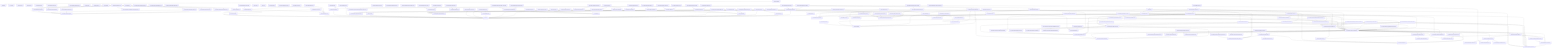
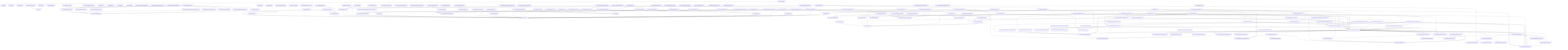
graph TD
  package__ankhorage_studio["@ankhorage/studio"]
  entrypoint_src_index_ts["src/index.ts"]
  package__ankhorage_studio --> entrypoint_src_index_ts
  module_knip_config_ts["knip.config.ts"]
  package__ankhorage_studio -.-> module_knip_config_ts
  module_paradox_config_ts["paradox.config.ts"]
  package__ankhorage_studio -.-> module_paradox_config_ts
+   module_src_ankhAdmin_public_test_ts["src/ankhAdmin.public.test.ts"]
+   package__ankhorage_studio -.-> module_src_ankhAdmin_public_test_ts
+   module_src_ankhAdmin_public_test_ts --> module_src_root_ts
  module_src_app_index_ts["src/app/index.ts"]
  package__ankhorage_studio -.-> module_src_app_index_ts
  module_src_app_StudioApp_tsx["src/app/StudioApp.tsx"]
  package__ankhorage_studio -.-> module_src_app_StudioApp_tsx
  module_src_app_StudioDashboard_tsx["src/app/StudioDashboard.tsx"]
  package__ankhorage_studio -.-> module_src_app_StudioDashboard_tsx
  module_src_app_StudioDashboard_tsx --> module_src_hooks_useProjects_ts
  module_src_app_StudioDashboard_tsx --> module_src_hooks_useTemplateSummaries_ts
  module_src_app_StudioDashboard_tsx --> module_src_modules_dashboard_platform_ts
  module_src_app_StudioDashboard_tsx --> module_src_modules_dashboard_search_ts
  module_src_app_StudioDashboard_tsx --> module_src_modules_dashboard_templates_ts
  module_src_app_StudioDashboard_tsx --> module_src_modules_dashboard_types_ts
  module_src_app_StudioDashboard_tsx --> module_src_modules_dashboard_ui_DashboardSectionHeader_tsx
  module_src_app_StudioDashboard_tsx --> module_src_modules_dashboard_ui_ProjectCard_tsx
  module_src_app_StudioDashboard_tsx --> module_src_modules_dashboard_ui_TemplateCard_tsx
  module_src_authFlowContract_test_ts["src/authFlowContract.test.ts"]
  package__ankhorage_studio -.-> module_src_authFlowContract_test_ts
  module_src_authSettings_test_ts["src/authSettings.test.ts"]
  package__ankhorage_studio -.-> module_src_authSettings_test_ts
  module_src_authSettings_test_ts --> module_src_authSettings_ts
  module_src_authSettings_ts["src/authSettings.ts"]
  package__ankhorage_studio -.-> module_src_authSettings_ts
  module_src_canvasDragModel_public_test_ts["src/canvasDragModel.public.test.ts"]
  package__ankhorage_studio -.-> module_src_canvasDragModel_public_test_ts
  module_src_canvasDragModel_public_test_ts --> module_src_canvasDragModel_ts
  module_src_canvasDragModel_public_test_ts --> module_src_canvasDropZones_ts
  module_src_canvasDragModel_test_ts["src/canvasDragModel.test.ts"]
  package__ankhorage_studio -.-> module_src_canvasDragModel_test_ts
  module_src_canvasDragModel_test_ts --> module_src_canvasDragModel_ts
  module_src_canvasDragModel_test_ts --> module_src_canvasDropZones_ts
  module_src_canvasDragModel_ts["src/canvasDragModel.ts"]
  package__ankhorage_studio -.-> module_src_canvasDragModel_ts
  module_src_canvasDragModel_ts --> module_src_canvasDropZones_ts
  module_src_canvasDragModel_ts --> module_src_index_ts
  module_src_canvasDropZones_test_ts["src/canvasDropZones.test.ts"]
  package__ankhorage_studio -.-> module_src_canvasDropZones_test_ts
  module_src_canvasDropZones_test_ts --> module_src_canvasDropZones_ts
  module_src_canvasDropZones_test_ts --> module_src_index_ts
  module_src_canvasDropZones_ts["src/canvasDropZones.ts"]
  package__ankhorage_studio -.-> module_src_canvasDropZones_ts
  module_src_canvasDropZones_ts --> module_src_index_ts
  module_src_cli_index_ts["src/cli/index.ts"]
  package__ankhorage_studio -.-> module_src_cli_index_ts
  module_src_cli_index_ts --> module_src_host_createStudioHost_ts
  module_src_cli_index_ts --> module_src_host_http_server_ts
  module_src_cli_index_ts --> module_src_host_templateRegistry_index_ts
  module_src_cli_index_ts --> module_src_host_utils_workspaceRoot_ts
  module_src_core_constants_ts["src/core/constants.ts"]
  package__ankhorage_studio -.-> module_src_core_constants_ts
  module_src_core_StudioContext_ts["src/core/StudioContext.ts"]
  package__ankhorage_studio -.-> module_src_core_StudioContext_ts
  module_src_core_StudioContext_ts --> module_src_index_ts
  module_src_core_studioPackageBoundary_ts["src/core/studioPackageBoundary.ts"]
  package__ankhorage_studio -.-> module_src_core_studioPackageBoundary_ts
  module_src_core_StudioProvider_ts["src/core/StudioProvider.ts"]
  package__ankhorage_studio -.-> module_src_core_StudioProvider_ts
  module_src_core_StudioProvider_ts --> module_src_core_StudioContext_ts
  module_src_core_StudioProvider_ts --> module_src_index_ts
  module_src_dnd_index_ts["src/dnd/index.ts"]
  package__ankhorage_studio -.-> module_src_dnd_index_ts
  module_src_dnd_primitives_ts["src/dnd/primitives.ts"]
  package__ankhorage_studio -.-> module_src_dnd_primitives_ts
  module_src_dnd_state_ts["src/dnd/state.ts"]
  package__ankhorage_studio -.-> module_src_dnd_state_ts
  module_src_hooks_useProjects_ts["src/hooks/useProjects.ts"]
  package__ankhorage_studio -.-> module_src_hooks_useProjects_ts
  module_src_hooks_useProjects_ts --> module_src_core_constants_ts
  module_src_hooks_useTemplateSummaries_ts["src/hooks/useTemplateSummaries.ts"]
  package__ankhorage_studio -.-> module_src_hooks_useTemplateSummaries_ts
  module_src_hooks_useTemplateSummaries_ts --> module_src_core_constants_ts
  module_src_hooks_useTemplateSummaries_ts --> module_src_modules_dashboard_types_ts
  module_src_host_auth_projectAuthHealthService_ts["src/host/auth/projectAuthHealthService.ts"]
  package__ankhorage_studio -.-> module_src_host_auth_projectAuthHealthService_ts
  module_src_host_auth_projectAuthHealthService_ts --> module_src_host_orchestrator_projectManager_ts
  module_src_host_auth_projectAuthHealthService_ts --> module_src_host_secrets_projectSecretService_ts
  module_src_host_auth_projectAuthHealthService_ts --> module_src_projectAuthHealth_ts
  module_src_host_auth_projectAuthService_test_ts["src/host/auth/projectAuthService.test.ts"]
  package__ankhorage_studio -.-> module_src_host_auth_projectAuthService_test_ts
  module_src_host_auth_projectAuthService_test_ts --> module_src_host_auth_projectAuthService_ts
  module_src_host_auth_projectAuthService_ts["src/host/auth/projectAuthService.ts"]
  package__ankhorage_studio -.-> module_src_host_auth_projectAuthService_ts
  module_src_host_auth_projectAuthService_ts --> module_src_authSettings_ts
  module_src_host_auth_projectAuthService_ts --> module_src_host_orchestrator_projectManager_ts
  module_src_host_createStudioHost_ts["src/host/createStudioHost.ts"]
  package__ankhorage_studio -.-> module_src_host_createStudioHost_ts
  module_src_host_createStudioHost_ts --> module_src_host_orchestrator_infraRuntime_ts
  module_src_host_createStudioHost_ts --> module_src_host_orchestrator_moduleManager_ts
  module_src_host_createStudioHost_ts --> module_src_host_orchestrator_projectManager_ts
  module_src_host_generatedAuthAdapterRuntime_smoke_test_ts["src/host/generatedAuthAdapterRuntime.smoke.test.ts"]
  package__ankhorage_studio -.-> module_src_host_generatedAuthAdapterRuntime_smoke_test_ts
  module_src_host_generatedAuthAdapterRuntime_smoke_test_ts --> module_src_host_orchestrator_moduleManager_ts
  module_src_host_generatedAuthAdapterRuntime_smoke_test_ts --> module_src_host_orchestrator_projectManager_ts
  module_src_host_generatedAuthAdapterRuntime_smoke_test_ts --> module_src_host_templateRegistry_index_ts
  module_src_host_hostLifecycle_smoke_test_ts["src/host/hostLifecycle.smoke.test.ts"]
  package__ankhorage_studio -.-> module_src_host_hostLifecycle_smoke_test_ts
  module_src_host_hostLifecycle_smoke_test_ts --> module_src_host_orchestrator_moduleManager_ts
  module_src_host_hostLifecycle_smoke_test_ts --> module_src_host_orchestrator_projectManager_ts
  module_src_host_hostLifecycle_smoke_test_ts --> module_src_host_templateRegistry_index_ts
  module_src_host_hostOwnership_test_ts["src/host/hostOwnership.test.ts"]
  package__ankhorage_studio -.-> module_src_host_hostOwnership_test_ts
  module_src_host_hostOwnership_test_ts --> module_src_host_http_security_ts
  module_src_host_hostOwnership_test_ts --> module_src_host_orchestrator_projectPaths_ts
  module_src_host_hostOwnership_test_ts --> module_src_host_utils_workspaceRoot_ts
  module_src_host_http_authRoutes_ts["src/host/http/authRoutes.ts"]
  package__ankhorage_studio -.-> module_src_host_http_authRoutes_ts
  module_src_host_http_authRoutes_ts --> module_src_host_auth_projectAuthHealthService_ts
  module_src_host_http_authRoutes_ts --> module_src_host_auth_projectAuthService_ts
  module_src_host_http_authRoutes_ts --> module_src_host_orchestrator_projectManager_ts
  module_src_host_http_authRoutes_ts --> module_src_host_secrets_projectSecretService_ts
  module_src_host_http_secretRoutes_ts["src/host/http/secretRoutes.ts"]
  package__ankhorage_studio -.-> module_src_host_http_secretRoutes_ts
  module_src_host_http_secretRoutes_ts --> module_src_host_orchestrator_projectManager_ts
  module_src_host_http_secretRoutes_ts --> module_src_host_secrets_projectSecretService_ts
  module_src_host_http_security_ts["src/host/http/security.ts"]
  package__ankhorage_studio -.-> module_src_host_http_security_ts
  module_src_host_http_server_ts["src/host/http/server.ts"]
  package__ankhorage_studio -.-> module_src_host_http_server_ts
  module_src_host_http_server_ts --> module_src_host_http_security_ts
  module_src_host_http_server_ts --> module_src_host_orchestrator_infraRuntime_ts
  module_src_host_http_server_ts --> module_src_host_orchestrator_moduleManager_ts
  module_src_host_http_server_ts --> module_src_host_orchestrator_projectManager_ts
  module_src_host_http_server_ts --> module_src_host_orchestrator_resolveMutations_ts
  module_src_host_http_server_ts --> module_src_host_orchestrator_studioInfraUp_ts
  module_src_host_http_server_ts --> module_src_host_templateRegistry_index_ts
  module_src_host_http_server_ts --> module_src_host_utils_trimOutput_ts
  module_src_host_http_server_ts --> module_src_host_utils_workspaceRoot_ts
  module_src_host_http_serverWithSecrets_ts["src/host/http/serverWithSecrets.ts"]
  package__ankhorage_studio -.-> module_src_host_http_serverWithSecrets_ts
  module_src_host_http_serverWithSecrets_ts --> module_src_host_http_authRoutes_ts
  module_src_host_http_serverWithSecrets_ts --> module_src_host_http_secretRoutes_ts
  module_src_host_http_serverWithSecrets_ts --> module_src_host_http_server_ts
  module_src_host_http_serverWithSecrets_ts --> module_src_host_orchestrator_moduleManager_ts
  module_src_host_http_serverWithSecrets_ts --> module_src_host_orchestrator_projectManager_ts
  module_src_host_http_serverWithSecrets_ts --> module_src_host_utils_workspaceRoot_ts
  module_src_host_http_standalone_ts["src/host/http/standalone.ts"]
  package__ankhorage_studio -.-> module_src_host_http_standalone_ts
  module_src_host_http_standalone_ts --> module_src_host_http_serverWithSecrets_ts
  module_src_host_index_ts["src/host/index.ts"]
  package__ankhorage_studio -.-> module_src_host_index_ts
  module_src_host_layout_auth_resolveAuthLayoutPlan_test_ts["src/host/layout/auth/resolveAuthLayoutPlan.test.ts"]
  package__ankhorage_studio -.-> module_src_host_layout_auth_resolveAuthLayoutPlan_test_ts
  module_src_host_layout_auth_resolveAuthLayoutPlan_test_ts --> module_src_host_layout_auth_resolveAuthLayoutPlan_ts
  module_src_host_layout_auth_resolveAuthLayoutPlan_ts["src/host/layout/auth/resolveAuthLayoutPlan.ts"]
  package__ankhorage_studio -.-> module_src_host_layout_auth_resolveAuthLayoutPlan_ts
  module_src_host_layout_layoutGenerator_test_ts["src/host/layout/layoutGenerator.test.ts"]
  package__ankhorage_studio -.-> module_src_host_layout_layoutGenerator_test_ts
  module_src_host_layout_layoutGenerator_test_ts --> module_src_host_layout_layoutGenerator_ts
  module_src_host_layout_layoutGenerator_ts["src/host/layout/layoutGenerator.ts"]
  package__ankhorage_studio -.-> module_src_host_layout_layoutGenerator_ts
  module_src_host_layout_layoutGenerator_ts --> module_src_host_layout_auth_resolveAuthLayoutPlan_ts
  module_src_host_layout_layoutGenerator_ts --> module_src_host_layout_templates_index_ts
  module_src_host_layout_layoutGenerator_ts --> module_src_host_modules_layout_ts
  module_src_host_layout_templates_auth_adapter_ts["src/host/layout/templates/auth/adapter.ts"]
  package__ankhorage_studio -.-> module_src_host_layout_templates_auth_adapter_ts
  module_src_host_layout_templates_auth_callback_ts["src/host/layout/templates/auth/callback.ts"]
  package__ankhorage_studio -.-> module_src_host_layout_templates_auth_callback_ts
  module_src_host_layout_templates_auth_callback_ts --> module_src_host_layout_templates_utils_routes_ts
  module_src_host_layout_templates_auth_callback_ts --> module_src_host_layout_utils_escapeStringLiteral_ts
  module_src_host_layout_templates_auth_oauth_ts["src/host/layout/templates/auth/oauth.ts"]
  package__ankhorage_studio -.-> module_src_host_layout_templates_auth_oauth_ts
  module_src_host_layout_templates_auth_oauth_ts --> module_src_host_layout_auth_resolveAuthLayoutPlan_ts
  module_src_host_layout_templates_auth_oauth_ts --> module_src_host_layout_utils_escapeStringLiteral_ts
  module_src_host_layout_templates_auth_screen_ts["src/host/layout/templates/auth/screen.ts"]
  package__ankhorage_studio -.-> module_src_host_layout_templates_auth_screen_ts
  module_src_host_layout_templates_auth_screen_ts --> module_src_host_layout_auth_resolveAuthLayoutPlan_ts
  module_src_host_layout_templates_auth_screen_ts --> module_src_host_layout_templates_utils_routes_ts
  module_src_host_layout_templates_auth_screen_ts --> module_src_host_layout_templates_utils_strings_ts
  module_src_host_layout_templates_auth_screen_ts --> module_src_host_layout_utils_escapeStringLiteral_ts
  module_src_host_layout_templates_auth_session_ts["src/host/layout/templates/auth/session.ts"]
  package__ankhorage_studio -.-> module_src_host_layout_templates_auth_session_ts
  module_src_host_layout_templates_auth_signOut_ts["src/host/layout/templates/auth/signOut.ts"]
  package__ankhorage_studio -.-> module_src_host_layout_templates_auth_signOut_ts
  module_src_host_layout_templates_index_ts["src/host/layout/templates/index.ts"]
  package__ankhorage_studio -.-> module_src_host_layout_templates_index_ts
  module_src_host_layout_templates_navigation_ts["src/host/layout/templates/navigation.ts"]
  package__ankhorage_studio -.-> module_src_host_layout_templates_navigation_ts
  module_src_host_layout_templates_navigation_ts --> module_src_host_layout_utils_escapeStringLiteral_ts
  module_src_host_layout_templates_nestedLayout_ts["src/host/layout/templates/nestedLayout.ts"]
  package__ankhorage_studio -.-> module_src_host_layout_templates_nestedLayout_ts
  module_src_host_layout_templates_nestedLayout_ts --> module_src_host_layout_templates_navigation_ts
  module_src_host_layout_templates_nestedLayout_ts --> module_src_host_layout_templates_utils_strings_ts
  module_src_host_layout_templates_redirect_ts["src/host/layout/templates/redirect.ts"]
  package__ankhorage_studio -.-> module_src_host_layout_templates_redirect_ts
  module_src_host_layout_templates_redirect_ts --> module_src_host_layout_utils_escapeStringLiteral_ts
  module_src_host_layout_templates_rootLayout_test_ts["src/host/layout/templates/rootLayout.test.ts"]
  package__ankhorage_studio -.-> module_src_host_layout_templates_rootLayout_test_ts
  module_src_host_layout_templates_rootLayout_test_ts --> module_src_host_layout_templates_rootLayout_ts
  module_src_host_layout_templates_rootLayout_ts["src/host/layout/templates/rootLayout.ts"]
  package__ankhorage_studio -.-> module_src_host_layout_templates_rootLayout_ts
  module_src_host_layout_templates_rootLayout_ts --> module_src_host_layout_templates_navigation_ts
  module_src_host_layout_templates_rootLayout_ts --> module_src_host_layout_templates_utils_routes_ts
  module_src_host_layout_templates_rootLayout_ts --> module_src_host_layout_utils_escapeStringLiteral_ts
  module_src_host_layout_templates_rootLayout_ts --> module_src_host_modules_layout_ts
  module_src_host_layout_templates_screen_ts["src/host/layout/templates/screen.ts"]
  package__ankhorage_studio -.-> module_src_host_layout_templates_screen_ts
  module_src_host_layout_templates_screen_ts --> module_src_host_layout_templates_utils_strings_ts
  module_src_host_layout_templates_screen_ts --> module_src_host_layout_utils_escapeStringLiteral_ts
  module_src_host_layout_templates_utils_routes_ts["src/host/layout/templates/utils/routes.ts"]
  package__ankhorage_studio -.-> module_src_host_layout_templates_utils_routes_ts
  module_src_host_layout_templates_utils_strings_ts["src/host/layout/templates/utils/strings.ts"]
  package__ankhorage_studio -.-> module_src_host_layout_templates_utils_strings_ts
  module_src_host_layout_utils_escapeStringLiteral_ts["src/host/layout/utils/escapeStringLiteral.ts"]
  package__ankhorage_studio -.-> module_src_host_layout_utils_escapeStringLiteral_ts
  module_src_host_manifestSystem_auth_index_ts["src/host/manifestSystem/auth/index.ts"]
  package__ankhorage_studio -.-> module_src_host_manifestSystem_auth_index_ts
  module_src_host_manifestSystem_auth_shared_global_auth_system_tpl_ts["src/host/manifestSystem/auth/shared/global.auth.system.tpl.ts"]
  package__ankhorage_studio -.-> module_src_host_manifestSystem_auth_shared_global_auth_system_tpl_ts
  module_src_host_manifestSystem_auth_shared_index_ts["src/host/manifestSystem/auth/shared/index.ts"]
  package__ankhorage_studio -.-> module_src_host_manifestSystem_auth_shared_index_ts
  module_src_host_manifestSystem_auth_shared_index_ts --> module_src_host_manifestSystem_auth_shared_global_auth_system_tpl_ts
  module_src_host_manifestSystem_auth_shared_index_ts --> module_src_host_manifestSystem_types_ts
  module_src_host_manifestSystem_index_ts["src/host/manifestSystem/index.ts"]
  package__ankhorage_studio -.-> module_src_host_manifestSystem_index_ts
  module_src_host_manifestSystem_index_ts --> module_src_host_manifestSystem_auth_index_ts
  module_src_host_manifestSystem_index_ts --> module_src_host_manifestSystem_types_ts
  module_src_host_manifestSystem_index_ts --> module_src_host_utils_requirementsInference_ts
  module_src_host_manifestSystem_types_ts["src/host/manifestSystem/types.ts"]
  package__ankhorage_studio -.-> module_src_host_manifestSystem_types_ts
  module_src_host_modules_catalog_ts["src/host/modules/catalog.ts"]
  package__ankhorage_studio -.-> module_src_host_modules_catalog_ts
  module_src_host_modules_catalog_ts --> module_src_host_modules_layout_ts
  module_src_host_modules_layout_ts["src/host/modules/layout.ts"]
  package__ankhorage_studio -.-> module_src_host_modules_layout_ts
  module_src_host_modules_runtime_LocalFsTargetAdapter_ts["src/host/modules/runtime/LocalFsTargetAdapter.ts"]
  package__ankhorage_studio -.-> module_src_host_modules_runtime_LocalFsTargetAdapter_ts
  module_src_host_oauthFixtureConsumer_smoke_test_ts["src/host/oauthFixtureConsumer.smoke.test.ts"]
  package__ankhorage_studio -.-> module_src_host_oauthFixtureConsumer_smoke_test_ts
  module_src_host_oauthFixtureConsumer_smoke_test_ts --> module_src_host_orchestrator_moduleManager_ts
  module_src_host_oauthFixtureConsumer_smoke_test_ts --> module_src_host_orchestrator_projectManager_ts
  module_src_host_oauthFixtureConsumer_smoke_test_ts --> module_src_host_templateRegistry_index_ts
  module_src_host_orchestrator_generatedAppFiles_ts["src/host/orchestrator/generatedAppFiles.ts"]
  package__ankhorage_studio -.-> module_src_host_orchestrator_generatedAppFiles_ts
  module_src_host_orchestrator_generatedAppFiles_ts --> module_src_host_zoraExtensions_index_ts
  module_src_host_orchestrator_generatedRouteCleanup_ts["src/host/orchestrator/generatedRouteCleanup.ts"]
  package__ankhorage_studio -.-> module_src_host_orchestrator_generatedRouteCleanup_ts
  module_src_host_orchestrator_infraGenerator_ts["src/host/orchestrator/infraGenerator.ts"]
  package__ankhorage_studio -.-> module_src_host_orchestrator_infraGenerator_ts
  module_src_host_orchestrator_infraGenerator_ts --> module_src_host_orchestrator_infraValidation_ts
  module_src_host_orchestrator_infraRuntime_test_ts["src/host/orchestrator/infraRuntime.test.ts"]
  package__ankhorage_studio -.-> module_src_host_orchestrator_infraRuntime_test_ts
  module_src_host_orchestrator_infraRuntime_test_ts --> module_src_host_orchestrator_infraRuntime_ts
  module_src_host_orchestrator_infraRuntime_ts["src/host/orchestrator/infraRuntime.ts"]
  package__ankhorage_studio -.-> module_src_host_orchestrator_infraRuntime_ts
  module_src_host_orchestrator_infraRuntime_ts --> module_src_host_orchestrator_projectPaths_ts
  module_src_host_orchestrator_infraValidation_ts["src/host/orchestrator/infraValidation.ts"]
  package__ankhorage_studio -.-> module_src_host_orchestrator_infraValidation_ts
  module_src_host_orchestrator_moduleManager_ts["src/host/orchestrator/moduleManager.ts"]
  package__ankhorage_studio -.-> module_src_host_orchestrator_moduleManager_ts
  module_src_host_orchestrator_moduleManager_ts --> module_src_host_modules_catalog_ts
  module_src_host_orchestrator_moduleManager_ts --> module_src_host_modules_runtime_LocalFsTargetAdapter_ts
  module_src_host_orchestrator_moduleManager_ts --> module_src_host_orchestrator_projectManager_ts
  module_src_host_orchestrator_moduleManager_ts --> module_src_host_orchestrator_resolveMutations_ts
  module_src_host_orchestrator_projectDeletion_test_ts["src/host/orchestrator/projectDeletion.test.ts"]
  package__ankhorage_studio -.-> module_src_host_orchestrator_projectDeletion_test_ts
  module_src_host_orchestrator_projectDeletion_test_ts --> module_src_host_orchestrator_projectDeletion_ts
  module_src_host_orchestrator_projectDeletion_ts["src/host/orchestrator/projectDeletion.ts"]
  package__ankhorage_studio -.-> module_src_host_orchestrator_projectDeletion_ts
  module_src_host_orchestrator_projectManager_ts["src/host/orchestrator/projectManager.ts"]
  package__ankhorage_studio -.-> module_src_host_orchestrator_projectManager_ts
  module_src_host_orchestrator_projectManager_ts --> module_src_host_layout_layoutGenerator_ts
  module_src_host_orchestrator_projectManager_ts --> module_src_host_manifestSystem_index_ts
  module_src_host_orchestrator_projectManager_ts --> module_src_host_modules_layout_ts
  module_src_host_orchestrator_projectManager_ts --> module_src_host_orchestrator_generatedRouteCleanup_ts
  module_src_host_orchestrator_projectManager_ts --> module_src_host_orchestrator_infraGenerator_ts
  module_src_host_orchestrator_projectManager_ts --> module_src_host_orchestrator_infraRuntime_ts
  module_src_host_orchestrator_projectManager_ts --> module_src_host_orchestrator_projectDeletion_ts
  module_src_host_orchestrator_projectManager_ts --> module_src_host_orchestrator_projectPaths_ts
  module_src_host_orchestrator_projectManager_ts --> module_src_host_orchestrator_projectStore_ts
  module_src_host_orchestrator_projectManager_ts --> module_src_host_orchestrator_resolveMutations_ts
  module_src_host_orchestrator_projectManager_ts --> module_src_host_orchestrator_scaffolder_ts
  module_src_host_orchestrator_projectManager_ts --> module_src_host_orchestrator_templates_ts
  module_src_host_orchestrator_projectManager_ts --> module_src_host_orchestrator_workspaceRuntime_ts
  module_src_host_orchestrator_projectManager_ts --> module_src_host_templateRegistry_index_ts
  module_src_host_orchestrator_projectManager_ts --> module_src_host_zoraExtensions_index_ts
  module_src_host_orchestrator_projectManagerDeletion_test_ts["src/host/orchestrator/projectManagerDeletion.test.ts"]
  package__ankhorage_studio -.-> module_src_host_orchestrator_projectManagerDeletion_test_ts
  module_src_host_orchestrator_projectManagerDeletion_test_ts --> module_src_host_orchestrator_projectManager_ts
  module_src_host_orchestrator_projectPaths_ts["src/host/orchestrator/projectPaths.ts"]
  package__ankhorage_studio -.-> module_src_host_orchestrator_projectPaths_ts
  module_src_host_orchestrator_projectStore_ts["src/host/orchestrator/projectStore.ts"]
  package__ankhorage_studio -.-> module_src_host_orchestrator_projectStore_ts
  module_src_host_orchestrator_projectStore_ts --> module_src_host_orchestrator_projectPaths_ts
  module_src_host_orchestrator_resolveMutations_ts["src/host/orchestrator/resolveMutations.ts"]
  package__ankhorage_studio -.-> module_src_host_orchestrator_resolveMutations_ts
  module_src_host_orchestrator_resolveMutations_ts --> module_src_host_modules_catalog_ts
  module_src_host_orchestrator_resolveMutations_ts --> module_src_host_modules_layout_ts
  module_src_host_orchestrator_scaffolder_ts["src/host/orchestrator/scaffolder.ts"]
  package__ankhorage_studio -.-> module_src_host_orchestrator_scaffolder_ts
  module_src_host_orchestrator_scaffolder_ts --> module_src_host_manifestSystem_index_ts
  module_src_host_orchestrator_scaffolder_ts --> module_src_host_orchestrator_generatedAppFiles_ts
  module_src_host_orchestrator_scaffolder_ts --> module_src_host_orchestrator_templates_ts
  module_src_host_orchestrator_scaffolder_ts --> module_src_host_templateRegistry_index_ts
  module_src_host_orchestrator_scaffolder_ts --> module_src_host_zoraExtensions_index_ts
  module_src_host_orchestrator_studioInfraUp_ts["src/host/orchestrator/studioInfraUp.ts"]
  package__ankhorage_studio -.-> module_src_host_orchestrator_studioInfraUp_ts
  module_src_host_orchestrator_studioInfraUp_ts --> module_src_host_orchestrator_infraRuntime_ts
  module_src_host_orchestrator_studioInfraUp_ts --> module_src_host_orchestrator_projectManager_ts
  module_src_host_orchestrator_studioInfraUp_ts --> module_src_host_secrets_trustedOAuthInfraEnvironment_ts
  module_src_host_orchestrator_templates_test_ts["src/host/orchestrator/templates.test.ts"]
  package__ankhorage_studio -.-> module_src_host_orchestrator_templates_test_ts
  module_src_host_orchestrator_templates_test_ts --> module_src_host_orchestrator_templates_ts
  module_src_host_orchestrator_templates_ts["src/host/orchestrator/templates.ts"]
  package__ankhorage_studio -.-> module_src_host_orchestrator_templates_ts
  module_src_host_orchestrator_workspaceRuntime_ts["src/host/orchestrator/workspaceRuntime.ts"]
  package__ankhorage_studio -.-> module_src_host_orchestrator_workspaceRuntime_ts
  module_src_host_secrets_bunSupabaseVaultClient_ts["src/host/secrets/bunSupabaseVaultClient.ts"]
  package__ankhorage_studio -.-> module_src_host_secrets_bunSupabaseVaultClient_ts
  module_src_host_secrets_projectSecretService_test_ts["src/host/secrets/projectSecretService.test.ts"]
  package__ankhorage_studio -.-> module_src_host_secrets_projectSecretService_test_ts
  module_src_host_secrets_projectSecretService_test_ts --> module_src_host_secrets_projectSecretService_ts
  module_src_host_secrets_projectSecretService_ts["src/host/secrets/projectSecretService.ts"]
  package__ankhorage_studio -.-> module_src_host_secrets_projectSecretService_ts
  module_src_host_secrets_projectSecretService_ts --> module_src_host_orchestrator_projectManager_ts
  module_src_host_secrets_projectSecretService_ts --> module_src_host_orchestrator_projectPaths_ts
  module_src_host_secrets_projectSecretService_ts --> module_src_host_secrets_bunSupabaseVaultClient_ts
  module_src_host_secrets_projectSecretService_ts --> module_src_host_secrets_resolveProjectSecretDatabaseUrl_ts
  module_src_host_secrets_projectSecretService_ts --> module_src_projectSecretUsage_ts
  module_src_host_secrets_resolveProjectSecretDatabaseUrl_test_ts["src/host/secrets/resolveProjectSecretDatabaseUrl.test.ts"]
  package__ankhorage_studio -.-> module_src_host_secrets_resolveProjectSecretDatabaseUrl_test_ts
  module_src_host_secrets_resolveProjectSecretDatabaseUrl_test_ts --> module_src_host_secrets_resolveProjectSecretDatabaseUrl_ts
  module_src_host_secrets_resolveProjectSecretDatabaseUrl_ts["src/host/secrets/resolveProjectSecretDatabaseUrl.ts"]
  package__ankhorage_studio -.-> module_src_host_secrets_resolveProjectSecretDatabaseUrl_ts
  module_src_host_secrets_trustedOAuthInfraEnvironment_test_ts["src/host/secrets/trustedOAuthInfraEnvironment.test.ts"]
  package__ankhorage_studio -.-> module_src_host_secrets_trustedOAuthInfraEnvironment_test_ts
  module_src_host_secrets_trustedOAuthInfraEnvironment_test_ts --> module_src_host_secrets_trustedOAuthInfraEnvironment_ts
  module_src_host_secrets_trustedOAuthInfraEnvironment_ts["src/host/secrets/trustedOAuthInfraEnvironment.ts"]
  package__ankhorage_studio -.-> module_src_host_secrets_trustedOAuthInfraEnvironment_ts
  module_src_host_secrets_trustedOAuthInfraEnvironment_ts --> module_src_host_orchestrator_projectManager_ts
  module_src_host_secrets_trustedOAuthInfraEnvironment_ts --> module_src_host_secrets_projectSecretService_ts
  module_src_host_studioInfra_e2e_test_ts["src/host/studioInfra.e2e.test.ts"]
  package__ankhorage_studio -.-> module_src_host_studioInfra_e2e_test_ts
  module_src_host_studioInfra_e2e_test_ts --> module_src_host_orchestrator_infraRuntime_ts
  module_src_host_studioInfra_e2e_test_ts --> module_src_host_orchestrator_projectManager_ts
  module_src_host_studioInfra_e2e_test_ts --> module_src_host_orchestrator_studioInfraUp_ts
  module_src_host_studioInfra_e2e_test_ts --> module_src_host_secrets_trustedOAuthInfraEnvironment_ts
  module_src_host_templateRegistry_index_ts["src/host/templateRegistry/index.ts"]
  package__ankhorage_studio -.-> module_src_host_templateRegistry_index_ts
  module_src_host_utils_requirementsInference_ts["src/host/utils/requirementsInference.ts"]
  package__ankhorage_studio -.-> module_src_host_utils_requirementsInference_ts
  module_src_host_utils_trimOutput_ts["src/host/utils/trimOutput.ts"]
  package__ankhorage_studio -.-> module_src_host_utils_trimOutput_ts
  module_src_host_utils_workspaceRoot_ts["src/host/utils/workspaceRoot.ts"]
  package__ankhorage_studio -.-> module_src_host_utils_workspaceRoot_ts
  module_src_host_zoraExtensions_index_ts["src/host/zoraExtensions/index.ts"]
  package__ankhorage_studio -.-> module_src_host_zoraExtensions_index_ts
  module_src_host_zoraExtensions_index_ts --> module_src_host_templateRegistry_index_ts
  module_src_index_test_ts["src/index.test.ts"]
  package__ankhorage_studio -.-> module_src_index_test_ts
  module_src_index_test_ts --> module_src_index_ts
  module_src_index_ts["src/index.ts"]
  module_src_insertModalModel_public_test_ts["src/insertModalModel.public.test.ts"]
  package__ankhorage_studio -.-> module_src_insertModalModel_public_test_ts
  module_src_insertModalModel_public_test_ts --> module_src_index_ts
  module_src_insertModalModel_public_test_ts --> module_src_insertModalModel_ts
  module_src_insertModalModel_test_ts["src/insertModalModel.test.ts"]
  package__ankhorage_studio -.-> module_src_insertModalModel_test_ts
  module_src_insertModalModel_test_ts --> module_src_index_ts
  module_src_insertModalModel_test_ts --> module_src_insertModalModel_ts
  module_src_insertModalModel_ts["src/insertModalModel.ts"]
  package__ankhorage_studio -.-> module_src_insertModalModel_ts
  module_src_insertModalModel_ts --> module_src_index_ts
  module_src_localizationConfig_public_test_ts["src/localizationConfig.public.test.ts"]
  package__ankhorage_studio -.-> module_src_localizationConfig_public_test_ts
  module_src_localizationConfig_public_test_ts --> module_src_localizationConfig_ts
  module_src_localizationConfig_test_ts["src/localizationConfig.test.ts"]
  package__ankhorage_studio -.-> module_src_localizationConfig_test_ts
  module_src_localizationConfig_test_ts --> module_src_localizationConfig_ts
  module_src_localizationConfig_ts["src/localizationConfig.ts"]
  package__ankhorage_studio -.-> module_src_localizationConfig_ts
  module_src_localizationPanelModel_test_ts["src/localizationPanelModel.test.ts"]
  package__ankhorage_studio -.-> module_src_localizationPanelModel_test_ts
  module_src_localizationPanelModel_test_ts --> module_src_localizationPanelModel_ts
  module_src_localizationPanelModel_ts["src/localizationPanelModel.ts"]
  package__ankhorage_studio -.-> module_src_localizationPanelModel_ts
  module_src_manifestNavigatorPreviewModel_public_test_ts["src/manifestNavigatorPreviewModel.public.test.ts"]
  package__ankhorage_studio -.-> module_src_manifestNavigatorPreviewModel_public_test_ts
  module_src_manifestNavigatorPreviewModel_public_test_ts --> module_src_manifestNavigatorPreviewModel_ts
  module_src_manifestNavigatorPreviewModel_test_ts["src/manifestNavigatorPreviewModel.test.ts"]
  package__ankhorage_studio -.-> module_src_manifestNavigatorPreviewModel_test_ts
  module_src_manifestNavigatorPreviewModel_test_ts --> module_src_manifestNavigatorPreviewModel_ts
  module_src_manifestNavigatorPreviewModel_ts["src/manifestNavigatorPreviewModel.ts"]
  package__ankhorage_studio -.-> module_src_manifestNavigatorPreviewModel_ts
  module_src_manifestNavigatorPreviewModel_ts --> module_src_routeUtils_ts
  module_src_manifestState_public_test_ts["src/manifestState.public.test.ts"]
  package__ankhorage_studio -.-> module_src_manifestState_public_test_ts
  module_src_manifestState_public_test_ts --> module_src_index_ts
  module_src_manifestState_public_test_ts --> module_src_manifestState_ts
  module_src_manifestState_routes_test_ts["src/manifestState.routes.test.ts"]
  package__ankhorage_studio -.-> module_src_manifestState_routes_test_ts
  module_src_manifestState_routes_test_ts --> module_src_index_ts
  module_src_manifestState_routes_test_ts --> module_src_manifestState_ts
  module_src_manifestState_test_ts["src/manifestState.test.ts"]
  package__ankhorage_studio -.-> module_src_manifestState_test_ts
  module_src_manifestState_test_ts --> module_src_index_ts
  module_src_manifestState_test_ts --> module_src_manifestState_ts
  module_src_manifestState_ts["src/manifestState.ts"]
  package__ankhorage_studio -.-> module_src_manifestState_ts
  module_src_manifestState_ts --> module_src_index_ts
  module_src_manifestSync_test_ts["src/manifestSync.test.ts"]
  package__ankhorage_studio -.-> module_src_manifestSync_test_ts
  module_src_manifestSync_test_ts --> module_src_index_ts
  module_src_manifestSync_test_ts --> module_src_manifestSync_ts
  module_src_manifestSync_ts["src/manifestSync.ts"]
  package__ankhorage_studio -.-> module_src_manifestSync_ts
  module_src_manifestSync_ts --> module_src_index_ts
  module_src_modules_dashboard_platform_ts["src/modules/dashboard/platform.ts"]
  package__ankhorage_studio -.-> module_src_modules_dashboard_platform_ts
  module_src_modules_dashboard_search_ts["src/modules/dashboard/search.ts"]
  package__ankhorage_studio -.-> module_src_modules_dashboard_search_ts
  module_src_modules_dashboard_search_ts --> module_src_modules_dashboard_types_ts
  module_src_modules_dashboard_templates_ts["src/modules/dashboard/templates.ts"]
  package__ankhorage_studio -.-> module_src_modules_dashboard_templates_ts
  module_src_modules_dashboard_templates_ts --> module_src_modules_dashboard_types_ts
  module_src_modules_dashboard_types_ts["src/modules/dashboard/types.ts"]
  package__ankhorage_studio -.-> module_src_modules_dashboard_types_ts
  module_src_modules_dashboard_ui_DashboardSectionHeader_tsx["src/modules/dashboard/ui/DashboardSectionHeader.tsx"]
  package__ankhorage_studio -.-> module_src_modules_dashboard_ui_DashboardSectionHeader_tsx
  module_src_modules_dashboard_ui_ProjectCard_tsx["src/modules/dashboard/ui/ProjectCard.tsx"]
  package__ankhorage_studio -.-> module_src_modules_dashboard_ui_ProjectCard_tsx
  module_src_modules_dashboard_ui_ProjectCard_tsx --> module_src_modules_dashboard_types_ts
  module_src_modules_dashboard_ui_TemplateCard_tsx["src/modules/dashboard/ui/TemplateCard.tsx"]
  package__ankhorage_studio -.-> module_src_modules_dashboard_ui_TemplateCard_tsx
  module_src_modules_dashboard_ui_TemplateCard_tsx --> module_src_modules_dashboard_types_ts
  module_src_projectAuthApi_test_ts["src/projectAuthApi.test.ts"]
  package__ankhorage_studio -.-> module_src_projectAuthApi_test_ts
  module_src_projectAuthApi_test_ts --> module_src_authSettings_ts
  module_src_projectAuthApi_test_ts --> module_src_projectAuthApi_ts
  module_src_projectAuthApi_ts["src/projectAuthApi.ts"]
  package__ankhorage_studio -.-> module_src_projectAuthApi_ts
  module_src_projectAuthApi_ts --> module_src_authSettings_ts
  module_src_projectAuthApi_ts --> module_src_projectAuthHealth_ts
  module_src_projectAuthApi_ts --> module_src_secretResponseGuard_ts
  module_src_projectAuthHealth_test_ts["src/projectAuthHealth.test.ts"]
  package__ankhorage_studio -.-> module_src_projectAuthHealth_test_ts
  module_src_projectAuthHealth_test_ts --> module_src_projectAuthHealth_ts
  module_src_projectAuthHealth_ts["src/projectAuthHealth.ts"]
  package__ankhorage_studio -.-> module_src_projectAuthHealth_ts
  module_src_projectAuthHealth_ts --> module_src_authSettings_ts
  module_src_projectSecretApi_test_ts["src/projectSecretApi.test.ts"]
  package__ankhorage_studio -.-> module_src_projectSecretApi_test_ts
  module_src_projectSecretApi_test_ts --> module_src_projectSecretApi_ts
  module_src_projectSecretApi_ts["src/projectSecretApi.ts"]
  package__ankhorage_studio -.-> module_src_projectSecretApi_ts
  module_src_projectSecretApi_ts --> module_src_projectSecretUsage_ts
  module_src_projectSecretApi_ts --> module_src_secretResponseGuard_ts
  module_src_projectSecretUsage_test_ts["src/projectSecretUsage.test.ts"]
  package__ankhorage_studio -.-> module_src_projectSecretUsage_test_ts
  module_src_projectSecretUsage_test_ts --> module_src_projectSecretUsage_ts
  module_src_projectSecretUsage_ts["src/projectSecretUsage.ts"]
  package__ankhorage_studio -.-> module_src_projectSecretUsage_ts
  module_src_root_test_ts["src/root.test.ts"]
  package__ankhorage_studio -.-> module_src_root_test_ts
  module_src_root_ts["src/root.ts"]
  package__ankhorage_studio -.-> module_src_root_ts
  module_src_routeUtils_public_test_ts["src/routeUtils.public.test.ts"]
  package__ankhorage_studio -.-> module_src_routeUtils_public_test_ts
  module_src_routeUtils_public_test_ts --> module_src_routeUtils_ts
  module_src_routeUtils_test_ts["src/routeUtils.test.ts"]
  package__ankhorage_studio -.-> module_src_routeUtils_test_ts
  module_src_routeUtils_test_ts --> module_src_routeUtils_ts
  module_src_routeUtils_ts["src/routeUtils.ts"]
  package__ankhorage_studio -.-> module_src_routeUtils_ts
  module_src_runtime_actionSuppression_ts["src/runtime/actionSuppression.ts"]
  package__ankhorage_studio -.-> module_src_runtime_actionSuppression_ts
  module_src_runtime_appExtensionRegistry_ts["src/runtime/appExtensionRegistry.ts"]
  package__ankhorage_studio -.-> module_src_runtime_appExtensionRegistry_ts
  module_src_runtime_index_ts["src/runtime/index.ts"]
  package__ankhorage_studio -.-> module_src_runtime_index_ts
  module_src_runtime_localizationPreview_ts["src/runtime/localizationPreview.ts"]
  package__ankhorage_studio -.-> module_src_runtime_localizationPreview_ts
  module_src_runtime_overlay_test_ts["src/runtime/overlay.test.ts"]
  package__ankhorage_studio -.-> module_src_runtime_overlay_test_ts
  module_src_runtime_previewRegistry_ts["src/runtime/previewRegistry.ts"]
  package__ankhorage_studio -.-> module_src_runtime_previewRegistry_ts
  module_src_runtime_previewRuntimeConfig_ts["src/runtime/previewRuntimeConfig.ts"]
  package__ankhorage_studio -.-> module_src_runtime_previewRuntimeConfig_ts
  module_src_runtime_previewRuntimeConfig_ts --> module_src_runtime_actionSuppression_ts
  module_src_runtime_previewRuntimeConfig_ts --> module_src_runtime_previewRegistry_ts
  module_src_runtime_registry_tsx["src/runtime/registry.tsx"]
  package__ankhorage_studio -.-> module_src_runtime_registry_tsx
  module_src_runtime_registry_tsx --> module_src_runtime_appExtensionRegistry_ts
  module_src_runtime_runtimeActions_ts["src/runtime/runtimeActions.ts"]
  package__ankhorage_studio -.-> module_src_runtime_runtimeActions_ts
  module_src_runtime_useRuntimeAction_ts["src/runtime/useRuntimeAction.ts"]
  package__ankhorage_studio -.-> module_src_runtime_useRuntimeAction_ts
  module_src_runtime_useRuntimeAction_ts --> module_src_runtime_runtimeActions_ts
  module_src_runtimeDiagnosticsModel_test_ts["src/runtimeDiagnosticsModel.test.ts"]
  package__ankhorage_studio -.-> module_src_runtimeDiagnosticsModel_test_ts
  module_src_runtimeDiagnosticsModel_test_ts --> module_src_runtimeDiagnosticsModel_ts
  module_src_runtimeDiagnosticsModel_ts["src/runtimeDiagnosticsModel.ts"]
  package__ankhorage_studio -.-> module_src_runtimeDiagnosticsModel_ts
  module_src_runtimeLocalization_public_test_ts["src/runtimeLocalization.public.test.ts"]
  package__ankhorage_studio -.-> module_src_runtimeLocalization_public_test_ts
  module_src_runtimeLocalization_public_test_ts --> module_src_runtimeLocalization_ts
  module_src_runtimeLocalization_test_ts["src/runtimeLocalization.test.ts"]
  package__ankhorage_studio -.-> module_src_runtimeLocalization_test_ts
  module_src_runtimeLocalization_test_ts --> module_src_runtimeLocalization_ts
  module_src_runtimeLocalization_ts["src/runtimeLocalization.ts"]
  package__ankhorage_studio -.-> module_src_runtimeLocalization_ts
  module_src_secretResponseGuard_test_ts["src/secretResponseGuard.test.ts"]
  package__ankhorage_studio -.-> module_src_secretResponseGuard_test_ts
  module_src_secretResponseGuard_test_ts --> module_src_secretResponseGuard_ts
  module_src_secretResponseGuard_ts["src/secretResponseGuard.ts"]
  package__ankhorage_studio -.-> module_src_secretResponseGuard_ts
  module_src_studioAdminRouteModel_test_ts["src/studioAdminRouteModel.test.ts"]
  package__ankhorage_studio -.-> module_src_studioAdminRouteModel_test_ts
  module_src_studioAdminRouteModel_test_ts --> module_src_studioAdminRouteModel_ts
  module_src_studioAdminRouteModel_ts["src/studioAdminRouteModel.ts"]
  package__ankhorage_studio -.-> module_src_studioAdminRouteModel_ts
  module_src_studioAdminRouteModel_ts --> module_src_index_ts
  module_src_studioSelectionModel_knip_test_ts["src/studioSelectionModel.knip.test.ts"]
  package__ankhorage_studio -.-> module_src_studioSelectionModel_knip_test_ts
  module_src_studioSelectionModel_knip_test_ts --> module_src_studioSelectionModel_ts
  module_src_studioSelectionModel_test_ts["src/studioSelectionModel.test.ts"]
  package__ankhorage_studio -.-> module_src_studioSelectionModel_test_ts
  module_src_studioSelectionModel_test_ts --> module_src_studioSelectionModel_ts
  module_src_studioSelectionModel_ts["src/studioSelectionModel.ts"]
  package__ankhorage_studio -.-> module_src_studioSelectionModel_ts
+   module_src_ui_AnkhAdmin_test_ts["src/ui/AnkhAdmin.test.ts"]
+   package__ankhorage_studio -.-> module_src_ui_AnkhAdmin_test_ts
+   module_src_ui_AnkhAdmin_tsx["src/ui/AnkhAdmin.tsx"]
+   package__ankhorage_studio -.-> module_src_ui_AnkhAdmin_tsx
+   module_src_ui_AnkhAdmin_tsx --> module_src_core_StudioContext_ts
+   module_src_ui_AnkhAdmin_tsx --> module_src_index_ts
+   module_src_ui_AnkhAdmin_tsx --> module_src_studioAdminRouteModel_ts
+   module_src_ui_AnkhAdmin_tsx --> module_src_ui_StudioAdminOverlay_tsx
+   module_src_ui_AnkhAdmin_tsx --> module_src_ui_StudioAuthSettingsOverlay_tsx
  module_src_ui_AnkhStudio_ts["src/ui/AnkhStudio.ts"]
  package__ankhorage_studio -.-> module_src_ui_AnkhStudio_ts
  module_src_ui_AnkhStudio_ts --> module_src_core_StudioContext_ts
  module_src_ui_StudioAdminOverlay_test_ts["src/ui/StudioAdminOverlay.test.ts"]
  package__ankhorage_studio -.-> module_src_ui_StudioAdminOverlay_test_ts
  module_src_ui_StudioAdminOverlay_tsx["src/ui/StudioAdminOverlay.tsx"]
  package__ankhorage_studio -.-> module_src_ui_StudioAdminOverlay_tsx
  module_src_ui_StudioAdminOverlay_tsx --> module_src_projectSecretApi_ts
  module_src_ui_StudioAdminOverlay_tsx --> module_src_projectSecretUsage_ts
  module_src_ui_StudioAuthSettingsOverlay_test_ts["src/ui/StudioAuthSettingsOverlay.test.ts"]
  package__ankhorage_studio -.-> module_src_ui_StudioAuthSettingsOverlay_test_ts
  module_src_ui_StudioAuthSettingsOverlay_tsx["src/ui/StudioAuthSettingsOverlay.tsx"]
  package__ankhorage_studio -.-> module_src_ui_StudioAuthSettingsOverlay_tsx
  module_src_ui_StudioAuthSettingsOverlay_tsx --> module_src_authSettings_ts
+   module_src_ui_StudioAuthSettingsOverlay_tsx --> module_src_index_ts
  module_src_ui_StudioAuthSettingsOverlay_tsx --> module_src_projectAuthApi_ts
  module_src_ui_StudioAuthSettingsOverlay_tsx --> module_src_projectAuthHealth_ts
  module_src_ui_StudioAuthSettingsOverlay_tsx --> module_src_projectSecretApi_ts
  module_src_ui_useStudioAppBarAugmentation_test_ts["src/ui/useStudioAppBarAugmentation.test.ts"]
  package__ankhorage_studio -.-> module_src_ui_useStudioAppBarAugmentation_test_ts
  module_src_ui_useStudioAppBarAugmentation_ts["src/ui/useStudioAppBarAugmentation.ts"]
  package__ankhorage_studio -.-> module_src_ui_useStudioAppBarAugmentation_ts
  module_src_ui_useStudioAppBarAugmentation_ts --> module_src_core_StudioContext_ts
  module_src_ui_useStudioAppBarAugmentation_ts --> module_src_studioAdminRouteModel_ts
-   module_src_ui_useStudioAppBarAugmentation_ts --> module_src_ui_StudioAdminOverlay_tsx
-   module_src_ui_useStudioAppBarAugmentation_ts --> module_src_ui_StudioAuthSettingsOverlay_tsx
  module_src_utils_treeUtils_ts["src/utils/treeUtils.ts"]
  package__ankhorage_studio -.-> module_src_utils_treeUtils_ts
  module_src_utils_treeUtils_ts --> module_src_index_ts
